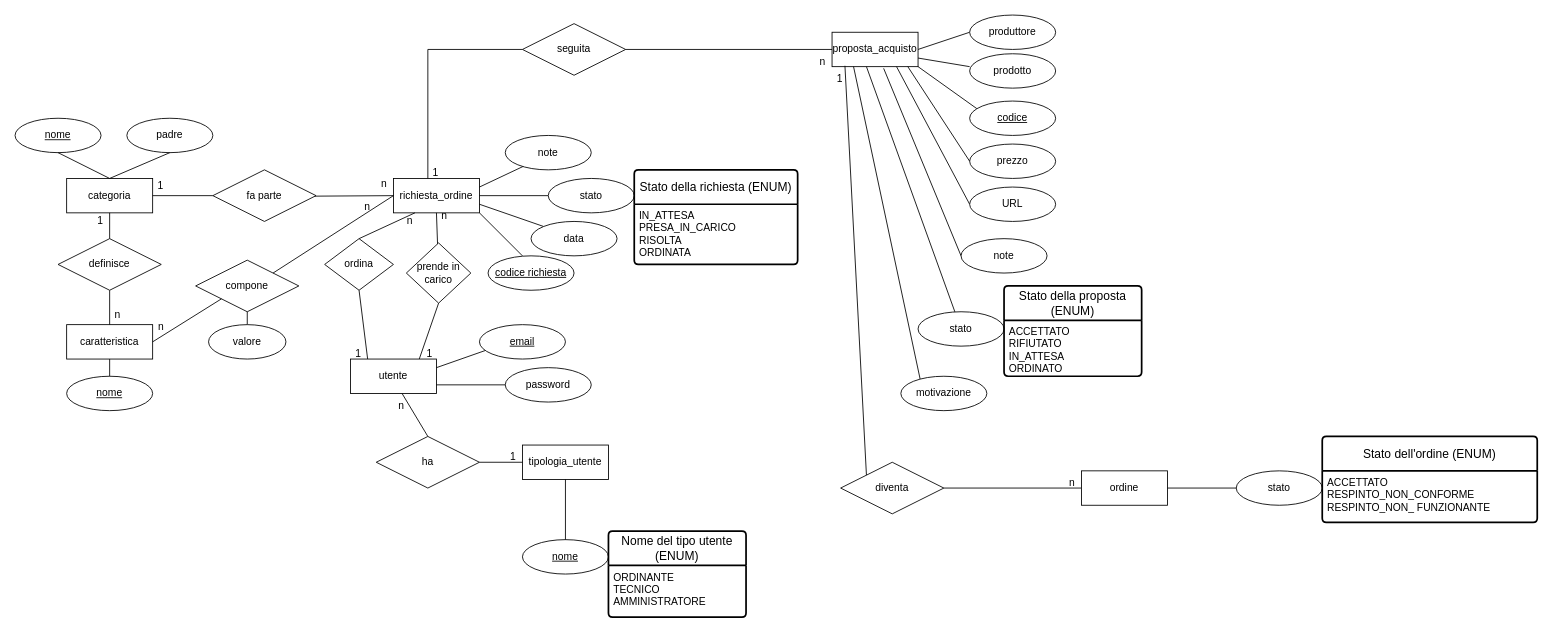
This is web_eng.drawio from jessvzz/webmarket, a draw.io file, before an edit. Source tidied: cells renumbered, new cells numbered last; positions are measured from the earlier drawing's top-left corner, leaving out a move shared by most shapes. Both pictures are drawn from the tidied source at 86%, with x=0, y=0 at pixel (15, 15).
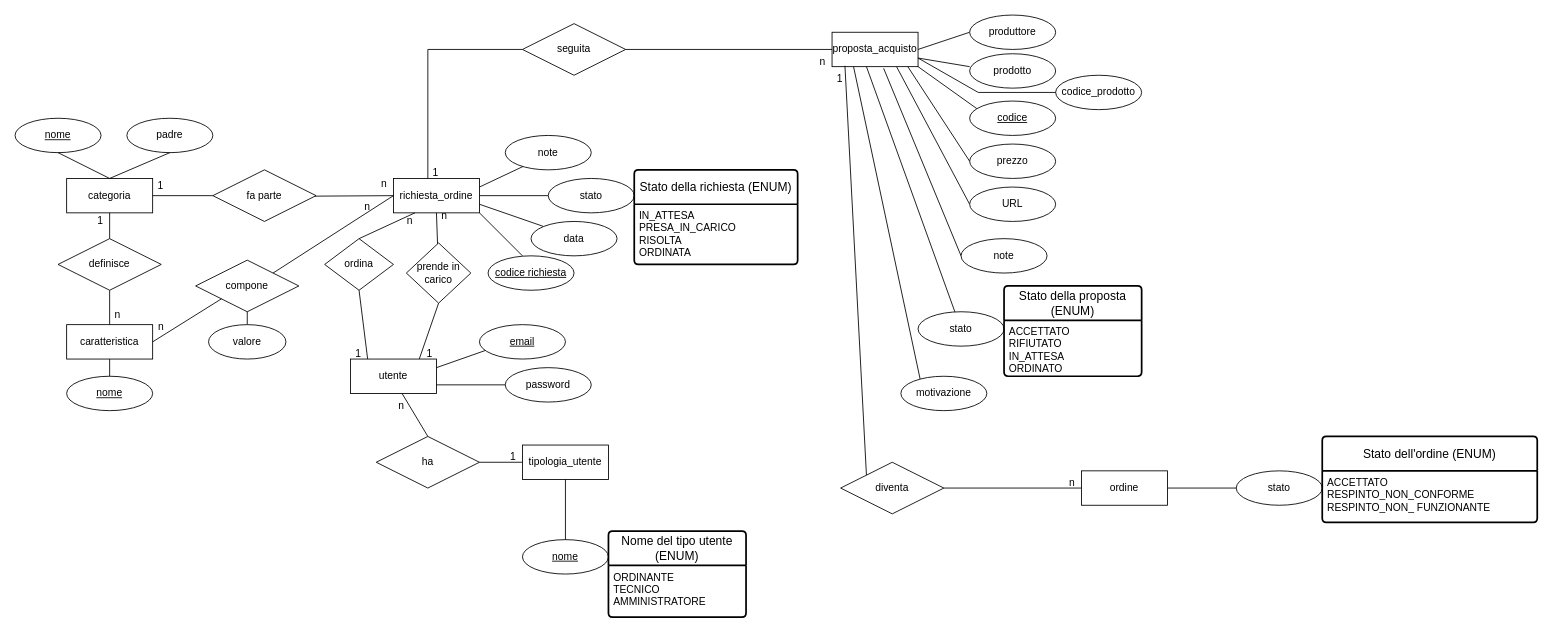
Above is the later version.

Unchanged cells that the change refers to:
```xml
<mxCell id="47" value="proposta_acquisto" style="whiteSpace=wrap;html=1;align=center;" parent="1" vertex="1">
  <mxGeometry x="950" y="20" width="100" height="40" as="geometry" />
</mxCell>
```

Diff of the diagram source:
```diff
@@
+    <mxCell id="97" value="codice_prodotto" style="ellipse;whiteSpace=wrap;html=1;align=center;" parent="1" vertex="1">
+      <mxGeometry x="1210" y="70" width="100" height="40" as="geometry" />
+    </mxCell>
+    <mxCell id="98" style="endArrow=none;html=1;rounded=0;entryX=1;entryY=0.75;entryDx=0;entryDy=0;exitX=0;exitY=0.5;exitDx=0;exitDy=0;" parent="1" edge="1" source="97" target="47">
+      <mxGeometry relative="1" as="geometry">
+        <Array as="points">
+          <mxPoint x="1120" y="90" />
+        </Array>
+      </mxGeometry>
+    </mxCell>
```
